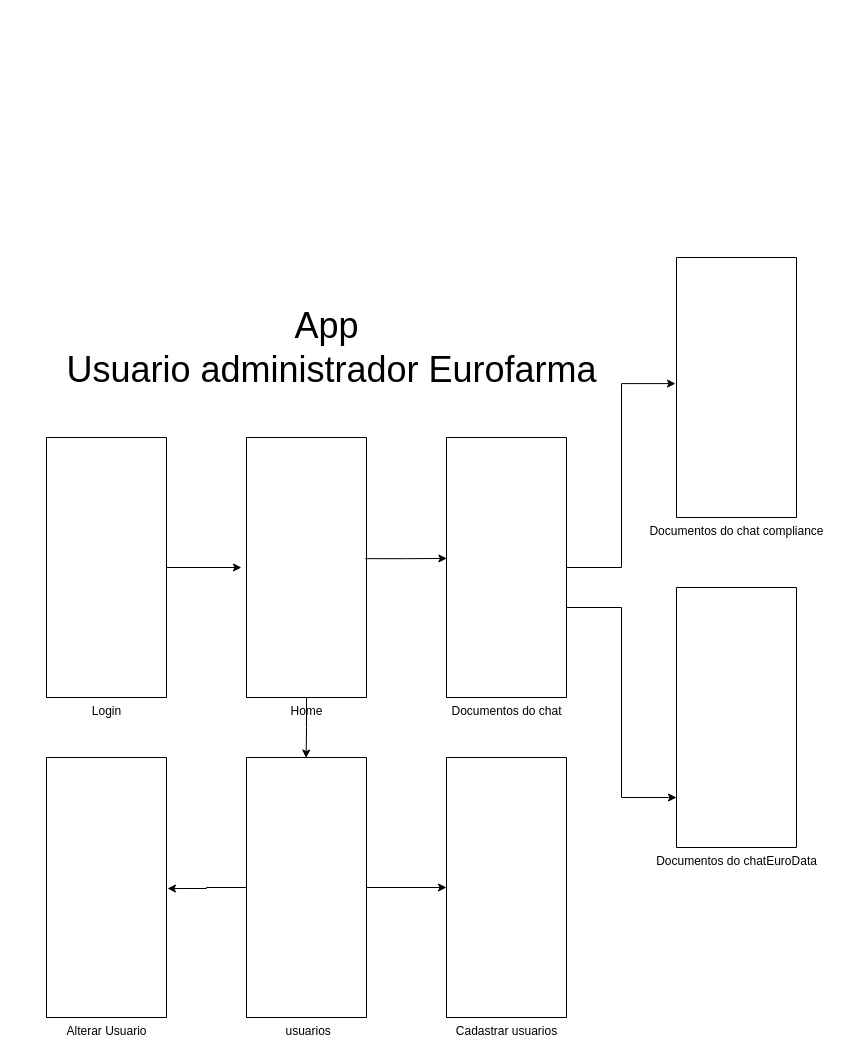
Above: Resources/TelasDoAppDiagramaDeFluxo/Diagrama app usuario administrador.drawio in IgorKoppen/ProjetoEurofarma (draw.io), before the change. Source tidied: cells renumbered, new cells numbered last; positions are measured from the earlier drawing's top-left corner, leaving out a move shared by most shapes. Both pictures are drawn from the tidied source at 100%, with x=0, y=0 at pixel (46, 257).
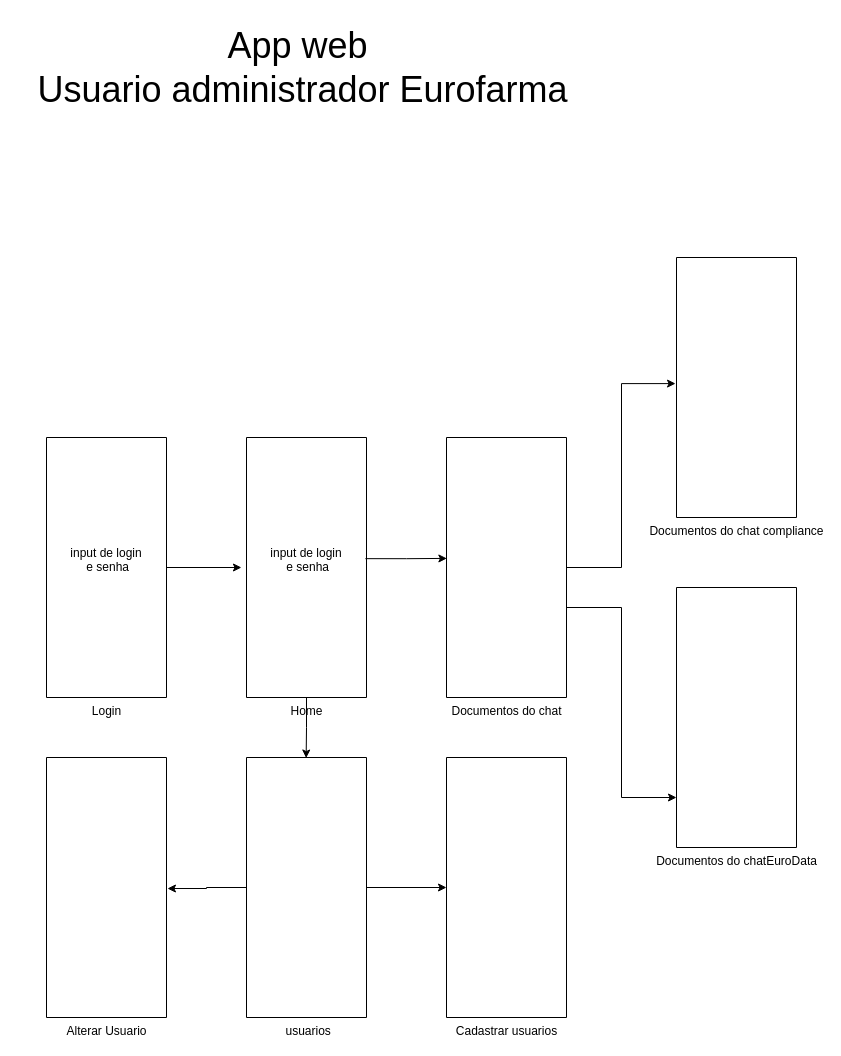
After the change.

The edit, as a diff of the source:
```diff
@@
-    <mxCell id="4" value="&lt;font style=&quot;font-size: 36px;&quot;&gt;App&lt;/font&gt;&lt;div&gt;&lt;font style=&quot;font-size: 36px;&quot;&gt;&amp;nbsp;Usuario administrador Eurofarma&lt;/font&gt;&lt;/div&gt;" style="text;html=1;align=center;verticalAlign=middle;strokeColor=none;fillColor=none;" parent="1" vertex="1">
-      <mxGeometry y="40" width="560" height="100" as="geometry" />
+    <mxCell id="4" value="&lt;font style=&quot;font-size: 36px;&quot;&gt;App web&lt;/font&gt;&lt;div&gt;&lt;font style=&quot;font-size: 36px;&quot;&gt;&amp;nbsp;Usuario administrador Eurofarma&lt;/font&gt;&lt;/div&gt;" style="text;html=1;align=center;verticalAlign=middle;strokeColor=none;fillColor=none;" parent="1" vertex="1">
+      <mxGeometry x="-29" y="-240" width="560" height="100" as="geometry" />
     </mxCell>
@@
+    <mxCell id="18" value="input de login&lt;div&gt;&amp;nbsp;e senha&lt;div&gt;&lt;br&gt;&lt;/div&gt;&lt;/div&gt;" style="text;html=1;align=center;verticalAlign=middle;whiteSpace=wrap;rounded=0;" parent="1" vertex="1">
+      <mxGeometry y="180" width="120" height="260" as="geometry" />
+    </mxCell>
+    <mxCell id="19" value="input de login&lt;div&gt;&amp;nbsp;e senha&lt;div&gt;&lt;br&gt;&lt;/div&gt;&lt;/div&gt;" style="text;html=1;align=center;verticalAlign=middle;whiteSpace=wrap;rounded=0;" parent="1" vertex="1">
+      <mxGeometry x="200" y="180" width="120" height="260" as="geometry" />
+    </mxCell>
```
